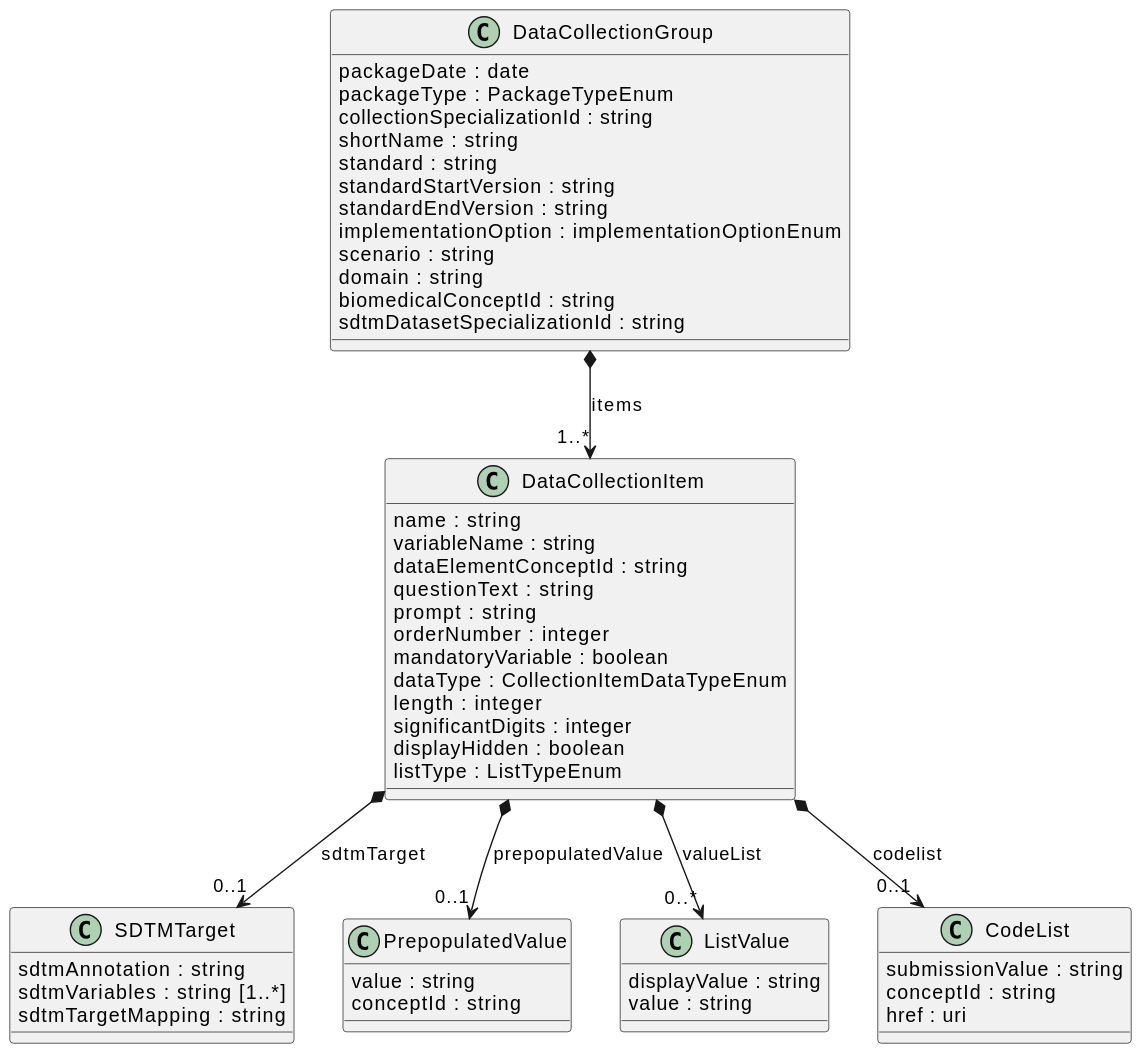
Above: model/COSMoS-Biomedical-Concepts-Collection-Schema.svg in cdisc-org/COSMoS (PlantUML), before the change.
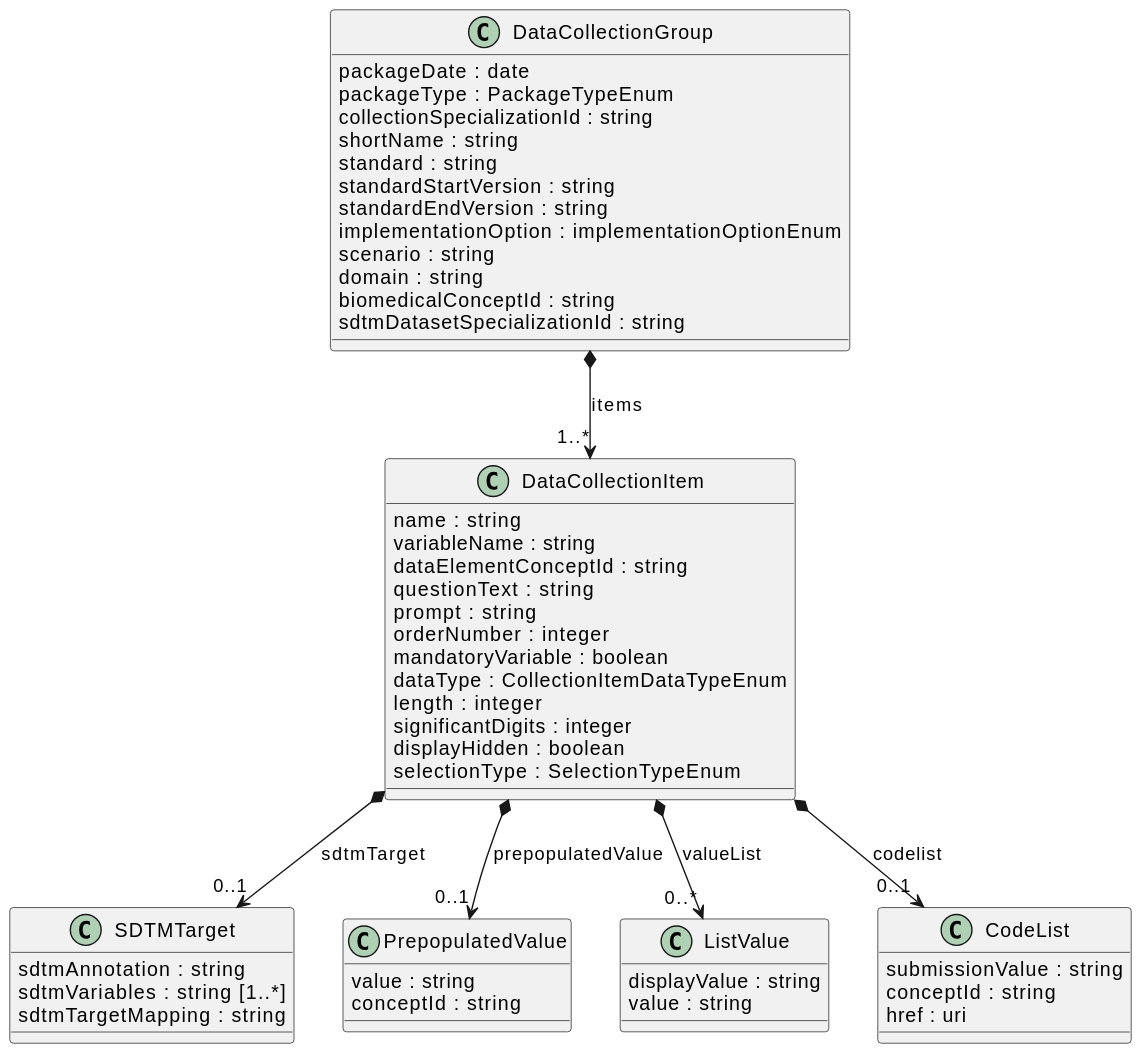
The same file after the commit.

Diff of the diagram source:
```diff
@@ -11,7 +11,7 @@
     {field} length : integer
     {field} significantDigits : integer
     {field} displayHidden : boolean
-    {field} listType : ListTypeEnum
+    {field} selectionType : SelectionTypeEnum
 }
 class "SDTMTarget" [[{None}]] {
     {field} sdtmAnnotation : string
```
